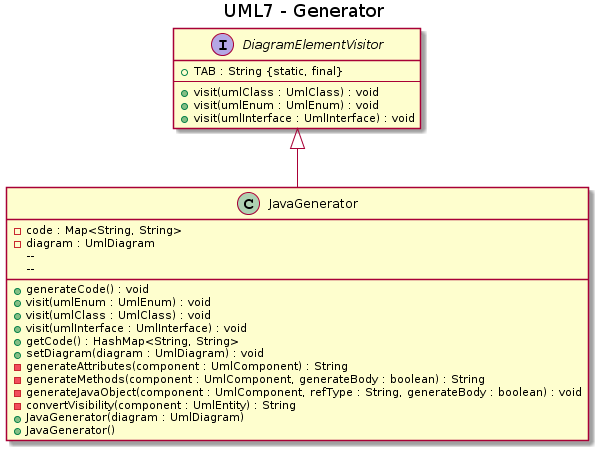
echodeltaFR/UML7 keeps this PlantUML diagram as doc/UML/generator.png. Above is the earlier version.
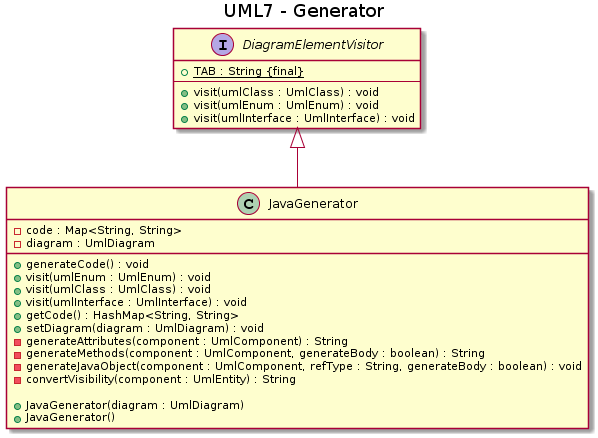
After the commit.

Commit message:
MAJ Diagramme generator

Change to the diagram source:
```diff
@@ -2,7 +2,7 @@
 title UML7 - Generator
 
 interface DiagramElementVisitor {
-    + TAB : String {static, final}
+    + TAB : String {static} {final}
     --
 	+ visit(umlClass : UmlClass) : void
 	+ visit(umlEnum : UmlEnum) : void
@@ -12,7 +12,7 @@
 class JavaGenerator {
 	- code : Map<String, String>
 	- diagram : UmlDiagram
-    --
+
     + generateCode() : void
     + visit(umlEnum : UmlEnum) : void
     + visit(umlClass : UmlClass) : void
@@ -23,7 +23,7 @@
     - generateMethods(component : UmlComponent, generateBody : boolean) : String
     - generateJavaObject(component : UmlComponent, refType : String, generateBody : boolean) : void
     - convertVisibility(component : UmlEntity) : String
-    --
+
     + JavaGenerator(diagram : UmlDiagram)
     + JavaGenerator()
 }
```
